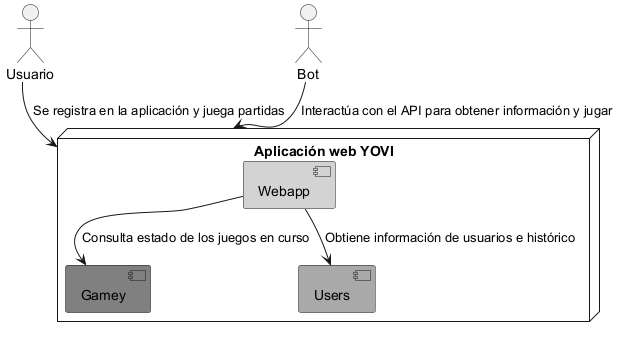
Arquisoft/yovi_es5b keeps this PlantUML diagram as images/vista-bloques-2-yovi.png. Above is the earlier version. The source it was exported from:
```plantuml
@startuml
actor Usuario
actor Bot

node "Aplicación web YOVI" as yovi {
    component Gamey #Gray
    component Webapp #LightGray
    component Users #DarkGray
}

Usuario --> yovi : "Se registra en la aplicación y juega partidas"
Bot --> yovi : "Interactúa con el API para obtener información y jugar"
Webapp --> Users : "Obtiene información de usuarios e histórico"
Webapp --> Gamey : "Consulta estado de los juegos en curso"

@enduml
```
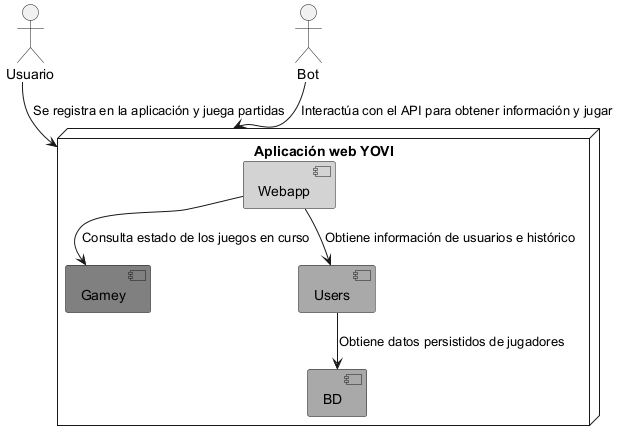
After the change.

Change to the diagram source:
```diff
@@ -6,11 +6,13 @@
     component Gamey #Gray
     component Webapp #LightGray
     component Users #DarkGray
+    component BD #DarkGray
 }
 
 Usuario --> yovi : "Se registra en la aplicación y juega partidas"
 Bot --> yovi : "Interactúa con el API para obtener información y jugar"
 Webapp --> Users : "Obtiene información de usuarios e histórico"
 Webapp --> Gamey : "Consulta estado de los juegos en curso"
+Users --> BD : "Obtiene datos persistidos de jugadores"
 
 @enduml
```
